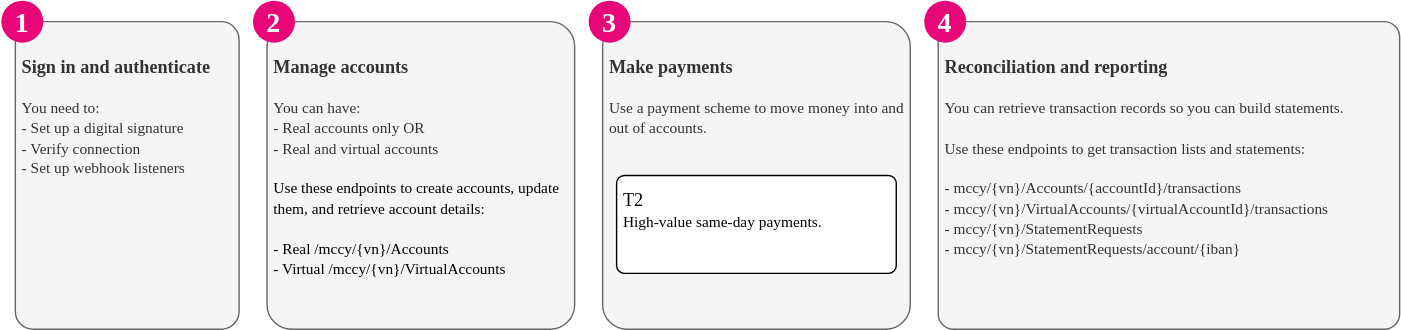
clearbank/clearbank.github.io keeps this draw.io diagram as static/assets/images/system-overview-europe.svg. Above is the earlier version. Source tidied: cells renumbered, new cells last; positions are measured from the earlier drawing's top-left corner, leaving out a move shared by most shapes.
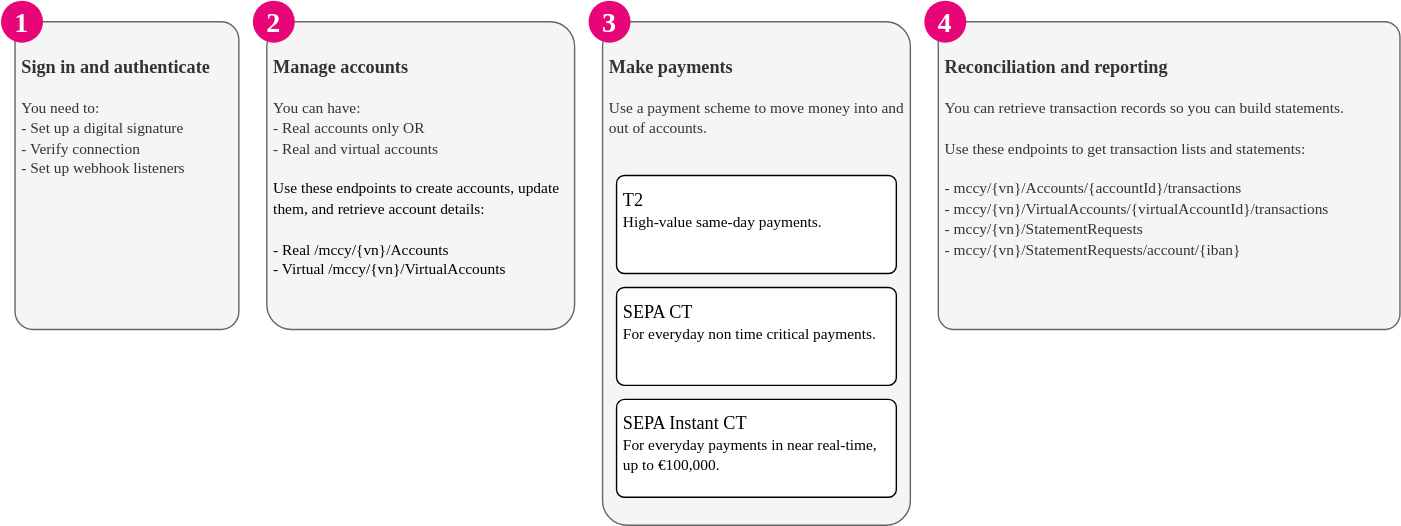
Above is the later version.

What changed in the source:
```diff
@@ -12,7 +12,7 @@
       <mxGeometry x="190" y="15" width="220" height="220" as="geometry" />
     </mxCell>
     <mxCell id="5" value="&lt;h3&gt;&lt;font face=&quot;Clear Sans Display&quot; style=&quot;font-size: 13px;&quot;&gt;Make payments&lt;/font&gt;&lt;/h3&gt;&lt;font face=&quot;Clear Sans Text&quot; style=&quot;font-size: 11px;&quot;&gt;Use a payment scheme to move money into and out of accounts.&lt;/font&gt;" style="rounded=1;whiteSpace=wrap;html=1;align=left;spacingLeft=0;spacingRight=0;spacing=5;verticalAlign=top;arcSize=8;fillColor=#f5f5f5;fontColor=#333333;strokeColor=#666666;" parent="1" vertex="1">
-      <mxGeometry x="430" y="15" width="220" height="220" as="geometry" />
+      <mxGeometry x="430" y="15" width="220" height="360" as="geometry" />
     </mxCell>
     <mxCell id="6" value="&lt;font style=&quot;font-size: 13px;&quot; face=&quot;Clear Sans Display&quot;&gt;T2&lt;/font&gt;&lt;br&gt;&lt;span style=&quot;font-family: &amp;quot;Clear Sans Text&amp;quot;; font-size: 11px;&quot;&gt;High-value same-day payments&lt;/span&gt;&lt;font style=&quot;font-size: 11px;&quot; face=&quot;Clear Sans Text&quot;&gt;.&lt;br&gt;&lt;/font&gt;" style="rounded=1;whiteSpace=wrap;html=1;align=left;spacingLeft=0;spacingRight=0;spacing=5;verticalAlign=top;arcSize=8;" parent="1" vertex="1">
       <mxGeometry x="440" y="125" width="200" height="70" as="geometry" />
@@ -29,5 +29,11 @@
     <mxCell id="10" value="&lt;b&gt;&lt;font style=&quot;font-size: 20px;&quot;&gt;4&lt;/font&gt;&lt;/b&gt;" style="ellipse;whiteSpace=wrap;html=1;fontFamily=Clear Sans Text;fontSize=11;fontColor=#FFFFFF;fillColor=#e70577;strokeColor=none;" parent="1" vertex="1">
       <mxGeometry x="660" width="30" height="30" as="geometry" />
     </mxCell>
+    <mxCell id="11" value="&lt;font style=&quot;font-size: 13px;&quot; face=&quot;Clear Sans Display&quot;&gt;SEPA CT&lt;/font&gt;&lt;br&gt;&lt;font style=&quot;&quot; face=&quot;Clear Sans Text&quot;&gt;&lt;span style=&quot;font-size: 11px;&quot;&gt;For everyday non time critical payments.&lt;/span&gt;&lt;br&gt;&lt;/font&gt;" style="rounded=1;whiteSpace=wrap;html=1;align=left;spacingLeft=0;spacingRight=0;spacing=5;verticalAlign=top;arcSize=8;" parent="1" vertex="1">
+      <mxGeometry x="440" y="205" width="200" height="70" as="geometry" />
+    </mxCell>
+    <mxCell id="12" value="&lt;font style=&quot;font-size: 13px;&quot; face=&quot;Clear Sans Display&quot;&gt;SEPA Instant CT&lt;/font&gt;&lt;br&gt;&lt;span style=&quot;font-family: &amp;quot;Clear Sans Text&amp;quot;; font-size: 11px;&quot;&gt;For everyday payments in near real-time, up to €100,000&lt;/span&gt;&lt;font style=&quot;font-size: 11px;&quot; face=&quot;Clear Sans Text&quot;&gt;.&lt;br&gt;&lt;/font&gt;" style="rounded=1;whiteSpace=wrap;html=1;align=left;spacingLeft=0;spacingRight=0;spacing=5;verticalAlign=top;arcSize=8;" parent="1" vertex="1">
+      <mxGeometry x="440" y="285" width="200" height="70" as="geometry" />
+    </mxCell>
   </root>
 </mxGraphModel>
```
